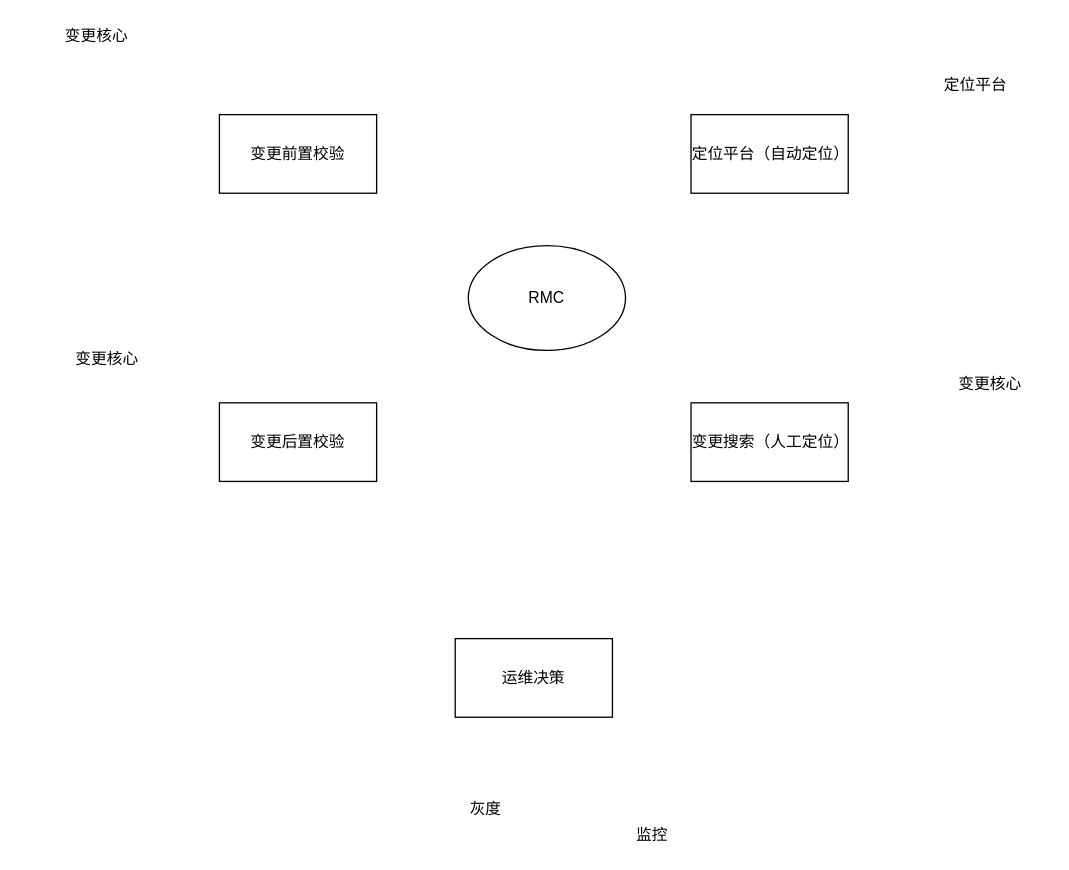
This is rmc业务.drawio from frankneu/draw.io, a draw.io file, before an edit. Source tidied: cells renumbered, new cells numbered last; positions are measured from the earlier drawing's top-left corner, leaving out a move shared by most shapes. Both pictures are drawn from the tidied source at 131%, with x=0, y=0 at pixel (56, 22).
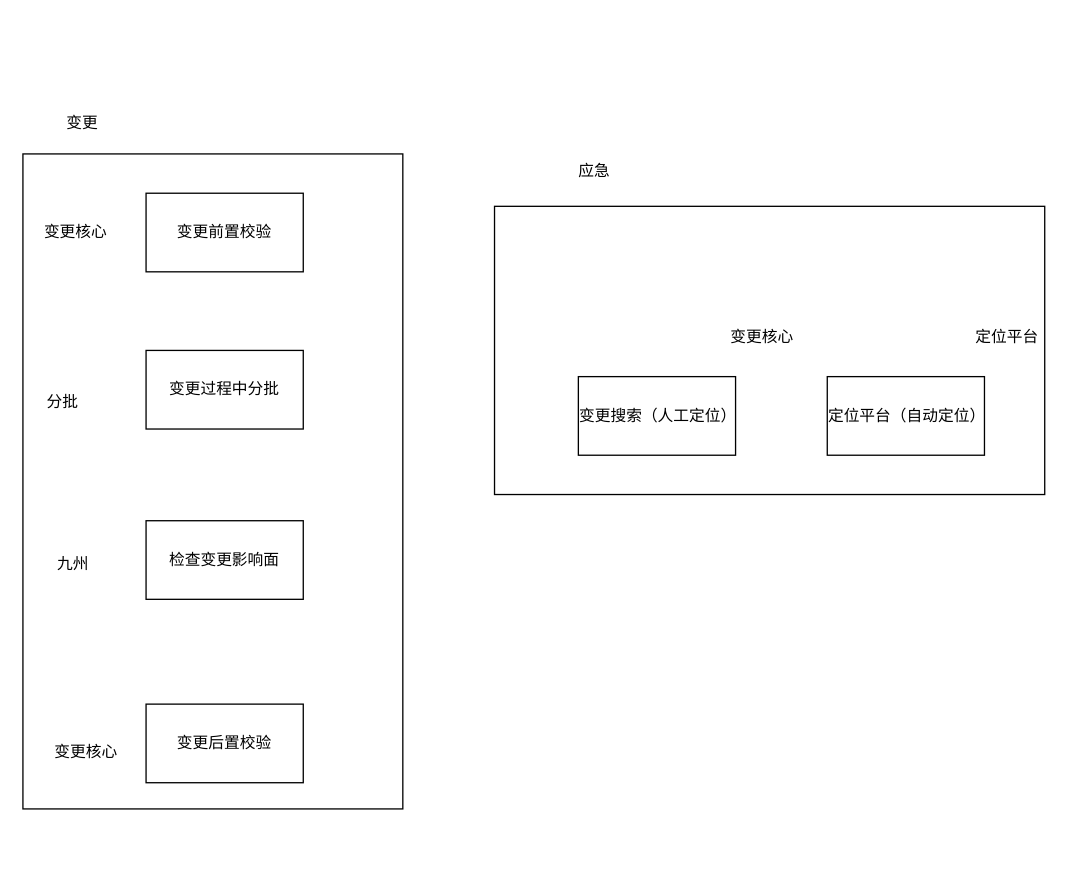
After the change.

Diff of the diagram source:
```diff
@@
 <mxGraphModel>
   <root>
     <mxCell id="0" />
     <mxCell id="1" parent="0" />
+    <mxCell id="14" style="rounded=0;whiteSpace=wrap;html=1;" parent="1" vertex="1">
+      <mxGeometry x="334" y="140" width="420" height="220" as="geometry" />
+    </mxCell>
+    <mxCell id="15" style="rounded=0;whiteSpace=wrap;html=1;" parent="1" vertex="1">
+      <mxGeometry x="-26" y="100" width="290" height="500" as="geometry" />
+    </mxCell>
     <mxCell id="2" value="变更前置校验" style="rounded=0;whiteSpace=wrap;html=1;" parent="1" vertex="1">
-      <mxGeometry x="124" y="70" width="120" height="60" as="geometry" />
+      <mxGeometry x="68" y="130" width="120" height="60" as="geometry" />
     </mxCell>
     <mxCell id="3" value="变更后置校验" style="rounded=0;whiteSpace=wrap;html=1;" parent="1" vertex="1">
-      <mxGeometry x="124" y="290" width="120" height="60" as="geometry" />
+      <mxGeometry x="68" y="520" width="120" height="60" as="geometry" />
     </mxCell>
     <mxCell id="4" value="变更搜索（人工定位）" style="rounded=0;whiteSpace=wrap;html=1;" parent="1" vertex="1">
-      <mxGeometry x="484" y="290" width="120" height="60" as="geometry" />
+      <mxGeometry x="398" y="270" width="120" height="60" as="geometry" />
     </mxCell>
     <mxCell id="5" value="定位平台（自动定位）" style="rounded=0;whiteSpace=wrap;html=1;" parent="1" vertex="1">
-      <mxGeometry x="484" y="70" width="120" height="60" as="geometry" />
+      <mxGeometry x="588" y="270" width="120" height="60" as="geometry" />
     </mxCell>
-    <mxCell id="6" value="运维决策" style="rounded=0;whiteSpace=wrap;html=1;" parent="1" vertex="1">
-      <mxGeometry x="304" y="470" width="120" height="60" as="geometry" />
-    </mxCell>
-    <mxCell id="7" value="RMC" style="ellipse;whiteSpace=wrap;html=1;" parent="1" vertex="1">
-      <mxGeometry x="314" y="170" width="120" height="80" as="geometry" />
-    </mxCell>
     <mxCell id="8" value="变更核心" style="text;html=1;align=center;verticalAlign=middle;" parent="1" vertex="1">
-      <mxGeometry width="60" height="20" as="geometry" />
+      <mxGeometry x="-16" y="150" width="60" height="20" as="geometry" />
     </mxCell>
     <mxCell id="9" value="变更核心" style="text;html=1;align=center;verticalAlign=middle;" parent="1" vertex="1">
-      <mxGeometry x="8" y="247" width="60" height="20" as="geometry" />
+      <mxGeometry x="-8" y="547" width="60" height="20" as="geometry" />
     </mxCell>
-    <mxCell id="10" value="灰度" style="text;html=1;align=center;verticalAlign=middle;" parent="1" vertex="1">
-      <mxGeometry x="307" y="590" width="40" height="20" as="geometry" />
-    </mxCell>
-    <mxCell id="11" value="监控" style="text;html=1;align=center;verticalAlign=middle;" parent="1" vertex="1">
-      <mxGeometry x="434" y="610" width="40" height="20" as="geometry" />
-    </mxCell>
     <mxCell id="12" value="变更核心" style="text;html=1;align=center;verticalAlign=middle;" parent="1" vertex="1">
-      <mxGeometry x="682" y="266" width="60" height="20" as="geometry" />
+      <mxGeometry x="508" y="230" width="60" height="20" as="geometry" />
     </mxCell>
     <mxCell id="13" value="定位平台" style="text;html=1;align=center;verticalAlign=middle;" parent="1" vertex="1">
-      <mxGeometry x="671" y="38" width="60" height="20" as="geometry" />
+      <mxGeometry x="695" y="230" width="60" height="20" as="geometry" />
     </mxCell>
+    <mxCell id="16" value="变更过程中分批" style="rounded=0;whiteSpace=wrap;html=1;" parent="1" vertex="1">
+      <mxGeometry x="68" y="250" width="120" height="60" as="geometry" />
+    </mxCell>
+    <mxCell id="17" value="检查变更影响面" style="rounded=0;whiteSpace=wrap;html=1;" parent="1" vertex="1">
+      <mxGeometry x="68" y="380" width="120" height="60" as="geometry" />
+    </mxCell>
+    <mxCell id="18" value="九州" style="text;html=1;align=center;verticalAlign=middle;" parent="1" vertex="1">
+      <mxGeometry x="-8" y="403" width="40" height="20" as="geometry" />
+    </mxCell>
+    <mxCell id="19" value="分批" style="text;html=1;align=center;verticalAlign=middle;" parent="1" vertex="1">
+      <mxGeometry x="-16" y="280" width="40" height="20" as="geometry" />
+    </mxCell>
+    <mxCell id="20" value="变更" style="text;html=1;align=center;verticalAlign=middle;" parent="1" vertex="1">
+      <mxGeometry x="-1" y="67" width="40" height="20" as="geometry" />
+    </mxCell>
+    <mxCell id="21" value="应急" style="text;html=1;align=center;verticalAlign=middle;" parent="1" vertex="1">
+      <mxGeometry x="390" y="103" width="40" height="20" as="geometry" />
+    </mxCell>
   </root>
 </mxGraphModel>
```
